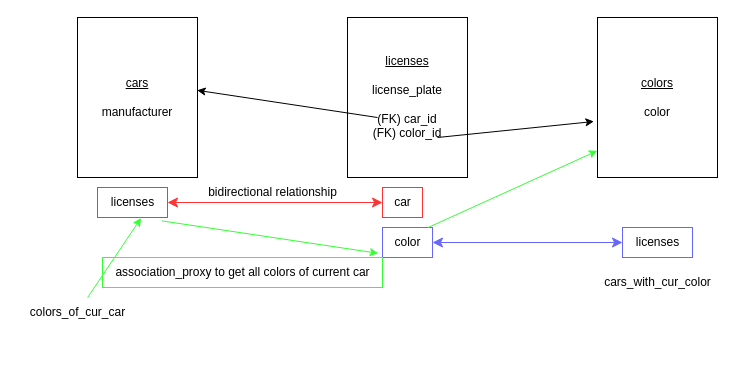
The draw.io diagram server/erd.drawio in rachelAtFlatiron/east-se-041023-sqlalchemy-review, before the edit. Source tidied: cells renumbered, new cells numbered last; positions are measured from the earlier drawing's top-left corner, leaving out a move shared by most shapes. Both pictures are drawn from the tidied source at 100%, with x=0, y=0 at pixel (17, 17).
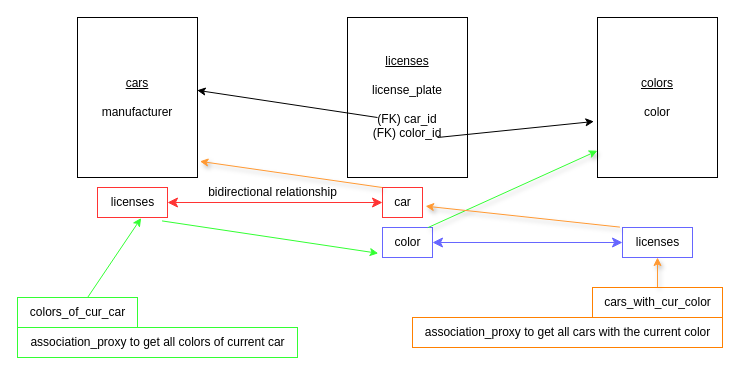
The same diagram, later.

Unchanged cells that the change refers to:
```xml
<mxCell id="2" value="&lt;u&gt;cars&lt;br&gt;&lt;/u&gt;&lt;br&gt;manufacturer" style="whiteSpace=wrap;html=1;" parent="1" vertex="1">
  <mxGeometry x="60" width="120" height="160" as="geometry" />
</mxCell>
<mxCell id="3" value="&lt;u&gt;colors&lt;br&gt;&lt;/u&gt;&lt;br&gt;color" style="whiteSpace=wrap;html=1;" parent="1" vertex="1">
  <mxGeometry x="580" width="120" height="160" as="geometry" />
</mxCell>
<mxCell id="7" value="car" style="text;html=1;align=center;verticalAlign=middle;points=[];strokeColor=#FF3333;fillColor=none;" parent="1" vertex="1">
  <mxGeometry x="365" y="170" width="40" height="30" as="geometry" />
</mxCell>
<mxCell id="11" value="color" style="text;html=1;align=center;verticalAlign=middle;points=[];strokeColor=#6666FF;fillColor=none;" parent="1" vertex="1">
  <mxGeometry x="365" y="210" width="50" height="30" as="geometry" />
</mxCell>
<mxCell id="12" value="licenses" style="text;html=1;align=center;verticalAlign=middle;points=[];strokeColor=#6666FF;fillColor=none;" parent="1" vertex="1">
  <mxGeometry x="605" y="210" width="70" height="30" as="geometry" />
</mxCell>
```

The edit, as a diff of the source:
```diff
@@
-    <mxCell id="14" value="colors_of_cur_car" style="text;html=1;align=center;verticalAlign=middle;points=[];strokeColor=none;fillColor=none;" parent="1" vertex="1">
+    <mxCell id="14" value="colors_of_cur_car" style="text;html=1;align=center;verticalAlign=middle;points=[];strokeColor=#33FF33;fillColor=none;" parent="1" vertex="1">
       <mxGeometry y="280" width="120" height="30" as="geometry" />
     </mxCell>
+    <mxCell id="20" style="edgeStyle=none;html=1;shadow=1;strokeColor=#FF9933;" parent="1" edge="1" source="15" target="12">
+      <mxGeometry relative="1" as="geometry" />
+    </mxCell>
-    <mxCell id="15" value="cars_with_cur_color" style="text;html=1;align=center;verticalAlign=middle;points=[];strokeColor=none;fillColor=none;" parent="1" vertex="1">
-      <mxGeometry x="575" y="250" width="130" height="30" as="geometry" />
+    <mxCell id="15" value="cars_with_cur_color" style="text;html=1;align=center;verticalAlign=middle;points=[];strokeColor=#FF8000;fillColor=none;" parent="1" vertex="1">
+      <mxGeometry x="575" y="270" width="130" height="30" as="geometry" />
     </mxCell>
@@
-    <mxCell id="18" style="edgeStyle=none;jettySize=auto;html=1;strokeColor=#33FF33;exitX=0.908;exitY=0.004;exitDx=0;exitDy=0;exitPerimeter=0;entryX=-0.001;entryY=0.833;entryDx=0;entryDy=0;entryPerimeter=0;" parent="1" edge="1" source="11" target="3">
+    <mxCell id="18" style="jettySize=auto;html=1;strokeColor=#33FF33;exitX=0.908;exitY=0.004;exitDx=0;exitDy=0;exitPerimeter=0;entryX=-0.001;entryY=0.833;entryDx=0;entryDy=0;entryPerimeter=0;shadow=1;" parent="1" edge="1" source="11" target="3">
       <mxGeometry relative="1" as="geometry" />
     </mxCell>
     <mxCell id="19" value="association_proxy to get all colors of current car" style="text;html=1;align=center;verticalAlign=middle;strokeColor=#33FF33;fillColor=none;" parent="1" vertex="1">
-      <mxGeometry x="85" y="240" width="280" height="30" as="geometry" />
+      <mxGeometry y="310" width="280" height="30" as="geometry" />
     </mxCell>
+    <mxCell id="21" value="association_proxy to get all cars with the current color" style="text;html=1;align=center;verticalAlign=middle;strokeColor=#FF8000;fillColor=none;" parent="1" vertex="1">
+      <mxGeometry x="395" y="300" width="310" height="30" as="geometry" />
+    </mxCell>
+    <mxCell id="22" style="edgeStyle=none;jettySize=auto;html=1;shadow=1;strokeColor=#FF9933;entryX=1.077;entryY=0.622;entryDx=0;entryDy=0;entryPerimeter=0;exitX=-0.037;exitY=-0.013;exitDx=0;exitDy=0;exitPerimeter=0;" parent="1" edge="1" source="12" target="7">
+      <mxGeometry relative="1" as="geometry" />
+    </mxCell>
+    <mxCell id="23" style="edgeStyle=none;jettySize=auto;html=1;shadow=1;strokeColor=#FF9933;entryX=1.02;entryY=0.899;entryDx=0;entryDy=0;entryPerimeter=0;exitX=-0.008;exitY=0;exitDx=0;exitDy=0;exitPerimeter=0;" parent="1" edge="1" source="7" target="2">
+      <mxGeometry relative="1" as="geometry" />
+    </mxCell>
```
